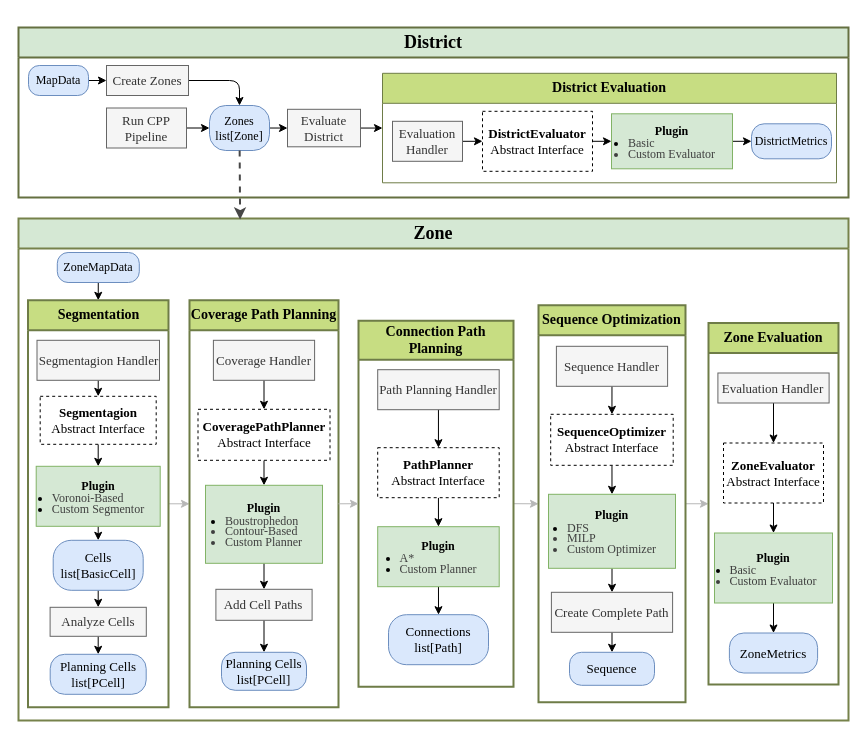
The draw.io diagram page "PluginArchitecture" (2 of 4) of design/d1_framework.drawio in MortezaHagh/coverage-path-planning, before the edit. Source tidied: cells renumbered, new cells numbered last; positions are measured from the earlier drawing's top-left corner, leaving out a move shared by most shapes. Both pictures are drawn from the tidied source at 100%, with x=0, y=0 at pixel (18, 27).
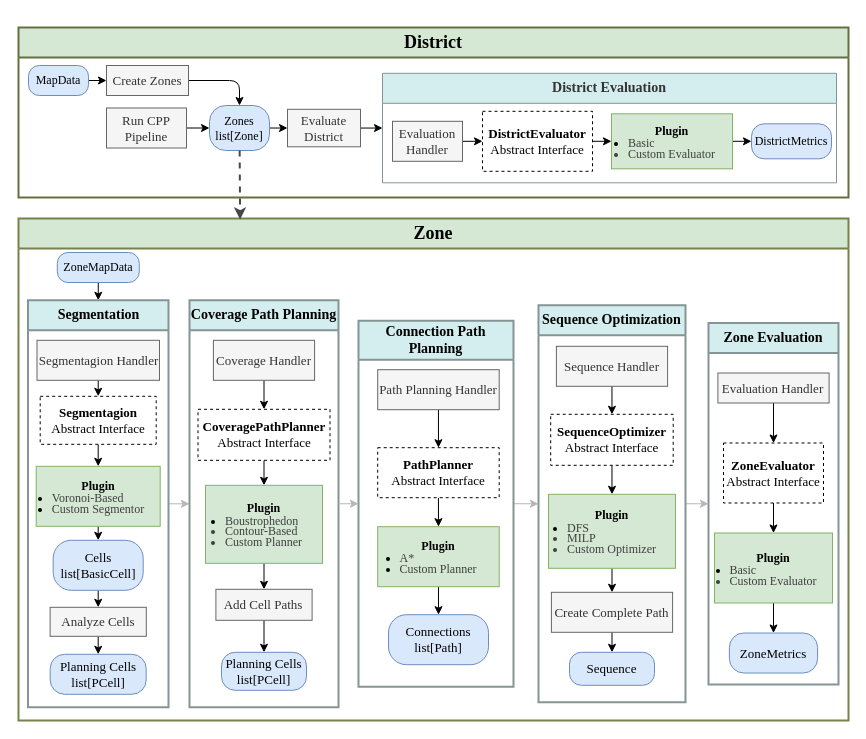
Above is the later version.

The change refers to these unchanged cells:
```xml
<mxCell id="2" value="&lt;h2&gt;&lt;font&gt;District&lt;/font&gt;&lt;/h2&gt;" style="swimlane;whiteSpace=wrap;html=1;startSize=30;fillColor=#D5E8D4;strokeColor=#657041;strokeWidth=2;fontFamily=Times New Roman;" parent="1" vertex="1">
  <mxGeometry width="830" height="170" as="geometry" />
</mxCell>
<mxCell id="21" value="&lt;h2&gt;&lt;font&gt;Zone&lt;/font&gt;&lt;/h2&gt;" style="swimlane;whiteSpace=wrap;html=1;startSize=30;fillColor=#D5E8D4;strokeColor=#76824B;strokeWidth=2;fontFamily=Times New Roman;" parent="1" vertex="1">
  <mxGeometry y="191" width="830" height="502" as="geometry" />
</mxCell>
```

Change to the diagram source:
```diff
@@
-    <mxCell id="11" value="&lt;font style=&quot;font-size: 14px;&quot;&gt;District Evaluation&lt;/font&gt;" style="swimlane;whiteSpace=wrap;html=1;startSize=30;fillColor=#C7DD82;strokeColor=#6E7C47;fontFamily=Times New Roman;" parent="2" vertex="1">
+    <mxCell id="11" value="&lt;font style=&quot;font-size: 14px;&quot;&gt;District Evaluation&lt;/font&gt;" style="swimlane;whiteSpace=wrap;html=1;startSize=30;fillColor=#D4EEEF;strokeColor=#859494;fontFamily=Times New Roman;fontColor=#333333;" parent="2" vertex="1">
       <mxGeometry x="364" y="45.8" width="454" height="109.5" as="geometry" />
     </mxCell>
@@
-    <mxCell id="25" value="&lt;font style=&quot;font-size: 14px;&quot;&gt;Segmentation&lt;/font&gt;" style="swimlane;whiteSpace=wrap;html=1;startSize=30;fillColor=#C7DD82;strokeColor=#6E7C47;strokeWidth=2;fontFamily=Times New Roman;" parent="21" vertex="1">
+    <mxCell id="25" value="&lt;font style=&quot;font-size: 14px;&quot;&gt;Segmentation&lt;/font&gt;" style="swimlane;whiteSpace=wrap;html=1;startSize=30;fillColor=#D4EEEF;strokeColor=#859494;strokeWidth=2;fontFamily=Times New Roman;" parent="21" vertex="1">
       <mxGeometry x="9.5" y="81.8" width="140.5" height="407" as="geometry" />
     </mxCell>
@@
-    <mxCell id="37" value="&lt;font style=&quot;font-size: 14px;&quot;&gt;Coverage Path Planning&lt;/font&gt;" style="swimlane;whiteSpace=wrap;html=1;startSize=30;fillColor=#C7DD82;strokeColor=#6E7C47;strokeWidth=2;fontFamily=Times New Roman;" parent="21" vertex="1">
+    <mxCell id="37" value="&lt;font style=&quot;font-size: 14px;&quot;&gt;Coverage Path Planning&lt;/font&gt;" style="swimlane;whiteSpace=wrap;html=1;startSize=30;fillColor=#D4EEEF;strokeColor=#859494;strokeWidth=2;fontFamily=Times New Roman;" parent="21" vertex="1">
       <mxGeometry x="171" y="81.8" width="149" height="407" as="geometry" />
     </mxCell>
@@
-    <mxCell id="48" value="&lt;font style=&quot;font-size: 14px;&quot;&gt;Connection Path Planning&lt;/font&gt;" style="swimlane;whiteSpace=wrap;html=1;startSize=39;fillColor=#C7DD82;strokeColor=#6E7C47;strokeWidth=2;fontFamily=Times New Roman;" parent="21" vertex="1">
+    <mxCell id="48" value="&lt;font style=&quot;font-size: 14px;&quot;&gt;Connection Path Planning&lt;/font&gt;" style="swimlane;whiteSpace=wrap;html=1;startSize=39;fillColor=#D4EEEF;strokeColor=#859494;strokeWidth=2;fontFamily=Times New Roman;" parent="21" vertex="1">
       <mxGeometry x="340" y="102.2" width="155" height="366" as="geometry" />
     </mxCell>
@@
-    <mxCell id="57" value="&lt;font style=&quot;font-size: 14px;&quot;&gt;Sequence Optimization&lt;/font&gt;" style="swimlane;whiteSpace=wrap;html=1;startSize=30;fillColor=#C7DD82;strokeColor=#6E7C47;strokeWidth=2;fontFamily=Times New Roman;" parent="21" vertex="1">
+    <mxCell id="57" value="&lt;font style=&quot;font-size: 14px;&quot;&gt;Sequence Optimization&lt;/font&gt;" style="swimlane;whiteSpace=wrap;html=1;startSize=30;fillColor=#D4EEEF;strokeColor=#859494;strokeWidth=2;fontFamily=Times New Roman;" parent="21" vertex="1">
       <mxGeometry x="520" y="86.8" width="147" height="397" as="geometry" />
     </mxCell>
@@
-    <mxCell id="67" value="&lt;font style=&quot;font-size: 14px;&quot;&gt;Zone Evaluation&lt;/font&gt;" style="swimlane;whiteSpace=wrap;html=1;startSize=30;fillColor=#C7DD82;strokeColor=#6E7C47;strokeWidth=2;fontFamily=Times New Roman;" parent="21" vertex="1">
+    <mxCell id="67" value="&lt;font style=&quot;font-size: 14px;&quot;&gt;Zone Evaluation&lt;/font&gt;" style="swimlane;whiteSpace=wrap;html=1;startSize=30;fillColor=#D4EEEF;strokeColor=#859494;strokeWidth=2;fontFamily=Times New Roman;" parent="21" vertex="1">
       <mxGeometry x="690" y="104.5" width="130" height="361.5" as="geometry" />
     </mxCell>
```
